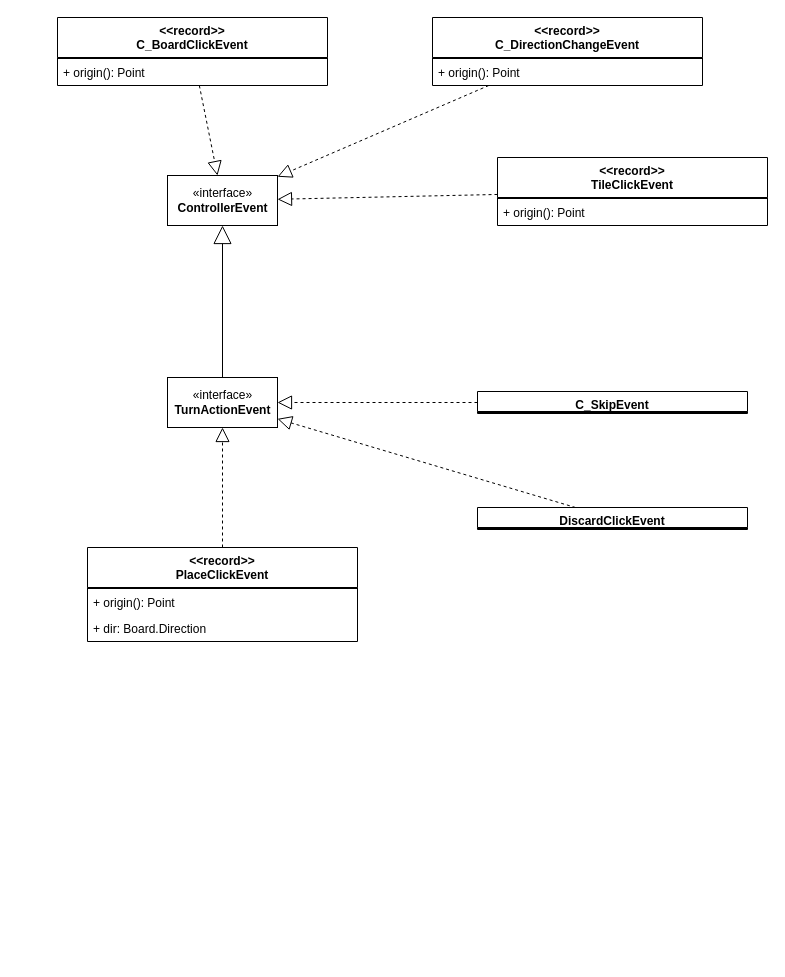
Before: page "Controller Events" (2 of 2) of UML/ClassDiagrams/ScrabbleEvents.drawio in trk20/Scuffle, a draw.io diagram. Source tidied: cells renumbered, new cells numbered last; positions are measured from the earlier drawing's top-left corner, leaving out a move shared by most shapes. Both pictures are drawn from the tidied source at 100%, with x=0, y=0 at pixel (57, 17).
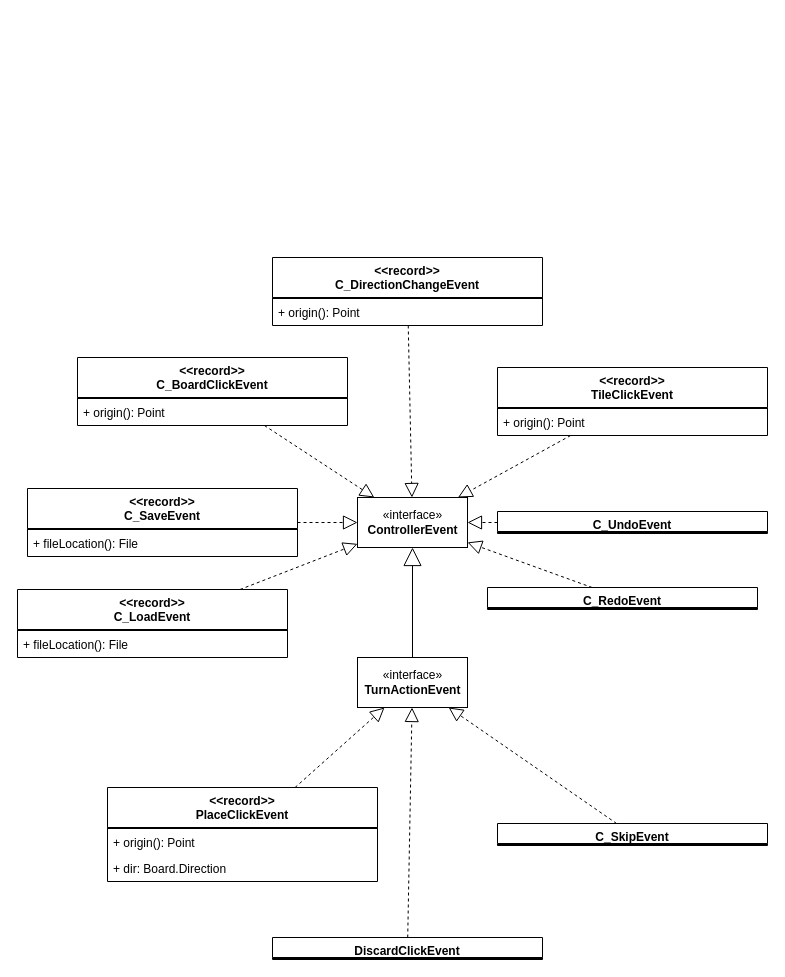
After the change.

What changed in the source:
```diff
@@
     <mxCell id="2" value="«interface»&lt;br&gt;&lt;b&gt;ControllerEvent&lt;/b&gt;" style="html=1;" parent="1" vertex="1">
-      <mxGeometry x="110" y="158" width="110" height="50" as="geometry" />
+      <mxGeometry x="300" y="480" width="110" height="50" as="geometry" />
     </mxCell>
     <mxCell id="3" value="«interface»&lt;br&gt;&lt;b&gt;TurnActionEvent&lt;/b&gt;" style="html=1;" parent="1" vertex="1">
-      <mxGeometry x="110" y="360" width="110" height="50" as="geometry" />
+      <mxGeometry x="300" y="640" width="110" height="50" as="geometry" />
     </mxCell>
@@
     <mxCell id="6" value="&lt;&lt;record&gt;&gt;&#10;TileClickEvent" style="swimlane;fontStyle=1;align=center;verticalAlign=top;horizontal=1;startSize=40;" parent="1" vertex="1">
-      <mxGeometry x="440" y="140" width="270" height="68" as="geometry" />
+      <mxGeometry x="440" y="350" width="270" height="68" as="geometry" />
     </mxCell>
@@
     <mxCell id="9" value="&lt;&lt;record&gt;&gt;&#10;C_BoardClickEvent" style="swimlane;fontStyle=1;align=center;verticalAlign=top;horizontal=1;startSize=40;" parent="1" vertex="1">
-      <mxGeometry width="270" height="68" as="geometry" />
+      <mxGeometry x="20" y="340" width="270" height="68" as="geometry" />
     </mxCell>
@@
     <mxCell id="12" value="&lt;&lt;record&gt;&gt;&#10;PlaceClickEvent" style="swimlane;fontStyle=1;align=center;verticalAlign=top;horizontal=1;startSize=40;" parent="1" vertex="1">
-      <mxGeometry x="30" y="530" width="270" height="94" as="geometry" />
+      <mxGeometry x="50" y="770" width="270" height="94" as="geometry" />
     </mxCell>
@@
     <mxCell id="18" value="&lt;&lt;record&gt;&gt;&#10;C_DirectionChangeEvent" style="swimlane;fontStyle=1;align=center;verticalAlign=top;horizontal=1;startSize=40;" parent="1" vertex="1">
-      <mxGeometry x="375" width="270" height="68" as="geometry" />
+      <mxGeometry x="215" y="240" width="270" height="68" as="geometry" />
     </mxCell>
@@
     <mxCell id="22" value="C_SkipEvent" style="swimlane;fontStyle=1;align=center;verticalAlign=top;horizontal=1;startSize=20;" parent="1" vertex="1">
-      <mxGeometry x="420" y="374" width="270" height="22" as="geometry" />
+      <mxGeometry x="440" y="806" width="270" height="22" as="geometry" />
     </mxCell>
@@
     <mxCell id="25" value="DiscardClickEvent" style="swimlane;fontStyle=1;align=center;verticalAlign=top;horizontal=1;startSize=20;" parent="1" vertex="1">
-      <mxGeometry x="420" y="490" width="270" height="22" as="geometry" />
+      <mxGeometry x="215" y="920" width="270" height="22" as="geometry" />
     </mxCell>
@@
+    <mxCell id="28" value="C_UndoEvent" style="swimlane;fontStyle=1;align=center;verticalAlign=top;horizontal=1;startSize=20;" parent="1" vertex="1">
+      <mxGeometry x="440" y="494" width="270" height="22" as="geometry" />
+    </mxCell>
+    <mxCell id="29" style="line;strokeWidth=1;fillColor=none;align=left;verticalAlign=middle;spacingTop=-1;spacingLeft=3;spacingRight=3;labelPosition=right;" parent="28" vertex="1">
+      <mxGeometry y="20" width="270" height="2" as="geometry" />
+    </mxCell>
+    <mxCell id="30" style="endArrow=block;dashed=1;endFill=0;endSize=12;html=1;rounded=0;" parent="1" edge="1" source="28" target="2">
+      <mxGeometry relative="1" as="geometry" />
+    </mxCell>
+    <mxCell id="31" value="C_RedoEvent" style="swimlane;fontStyle=1;align=center;verticalAlign=top;horizontal=1;startSize=20;" parent="1" vertex="1">
+      <mxGeometry x="430" y="570" width="270" height="22" as="geometry" />
+    </mxCell>
+    <mxCell id="32" style="line;strokeWidth=1;fillColor=none;align=left;verticalAlign=middle;spacingTop=-1;spacingLeft=3;spacingRight=3;labelPosition=right;" parent="31" vertex="1">
+      <mxGeometry y="20" width="270" height="2" as="geometry" />
+    </mxCell>
+    <mxCell id="33" style="endArrow=block;dashed=1;endFill=0;endSize=12;html=1;rounded=0;" parent="1" edge="1" source="31" target="2">
+      <mxGeometry relative="1" as="geometry" />
+    </mxCell>
+    <mxCell id="34" value="&lt;&lt;record&gt;&gt;&#10;C_SaveEvent" style="swimlane;fontStyle=1;align=center;verticalAlign=top;horizontal=1;startSize=40;" parent="1" vertex="1">
+      <mxGeometry x="-30" y="471" width="270" height="68" as="geometry" />
+    </mxCell>
+    <mxCell id="35" style="line;strokeWidth=1;fillColor=none;align=left;verticalAlign=middle;spacingTop=-1;spacingLeft=3;spacingRight=3;labelPosition=right;" parent="34" vertex="1">
+      <mxGeometry y="40" width="270" height="2" as="geometry" />
+    </mxCell>
+    <mxCell id="36" value="+ fileLocation(): File" style="text;strokeColor=none;fillColor=none;align=left;verticalAlign=top;spacingLeft=4;spacingRight=4;overflow=hidden;" parent="34" vertex="1">
+      <mxGeometry y="42" width="270" height="26" as="geometry" />
+    </mxCell>
+    <mxCell id="37" value="&lt;&lt;record&gt;&gt;&#10;C_LoadEvent" style="swimlane;fontStyle=1;align=center;verticalAlign=top;horizontal=1;startSize=40;" parent="1" vertex="1">
+      <mxGeometry x="-40" y="572" width="270" height="68" as="geometry" />
+    </mxCell>
+    <mxCell id="38" style="line;strokeWidth=1;fillColor=none;align=left;verticalAlign=middle;spacingTop=-1;spacingLeft=3;spacingRight=3;labelPosition=right;" parent="37" vertex="1">
+      <mxGeometry y="40" width="270" height="2" as="geometry" />
+    </mxCell>
+    <mxCell id="39" value="+ fileLocation(): File" style="text;strokeColor=none;fillColor=none;align=left;verticalAlign=top;spacingLeft=4;spacingRight=4;overflow=hidden;" parent="37" vertex="1">
+      <mxGeometry y="42" width="270" height="26" as="geometry" />
+    </mxCell>
+    <mxCell id="40" style="endArrow=block;dashed=1;endFill=0;endSize=12;html=1;rounded=0;" parent="1" edge="1" source="37" target="2">
+      <mxGeometry relative="1" as="geometry" />
+    </mxCell>
+    <mxCell id="41" style="endArrow=block;dashed=1;endFill=0;endSize=12;html=1;rounded=0;" parent="1" edge="1" source="34" target="2">
+      <mxGeometry relative="1" as="geometry" />
+    </mxCell>
```
